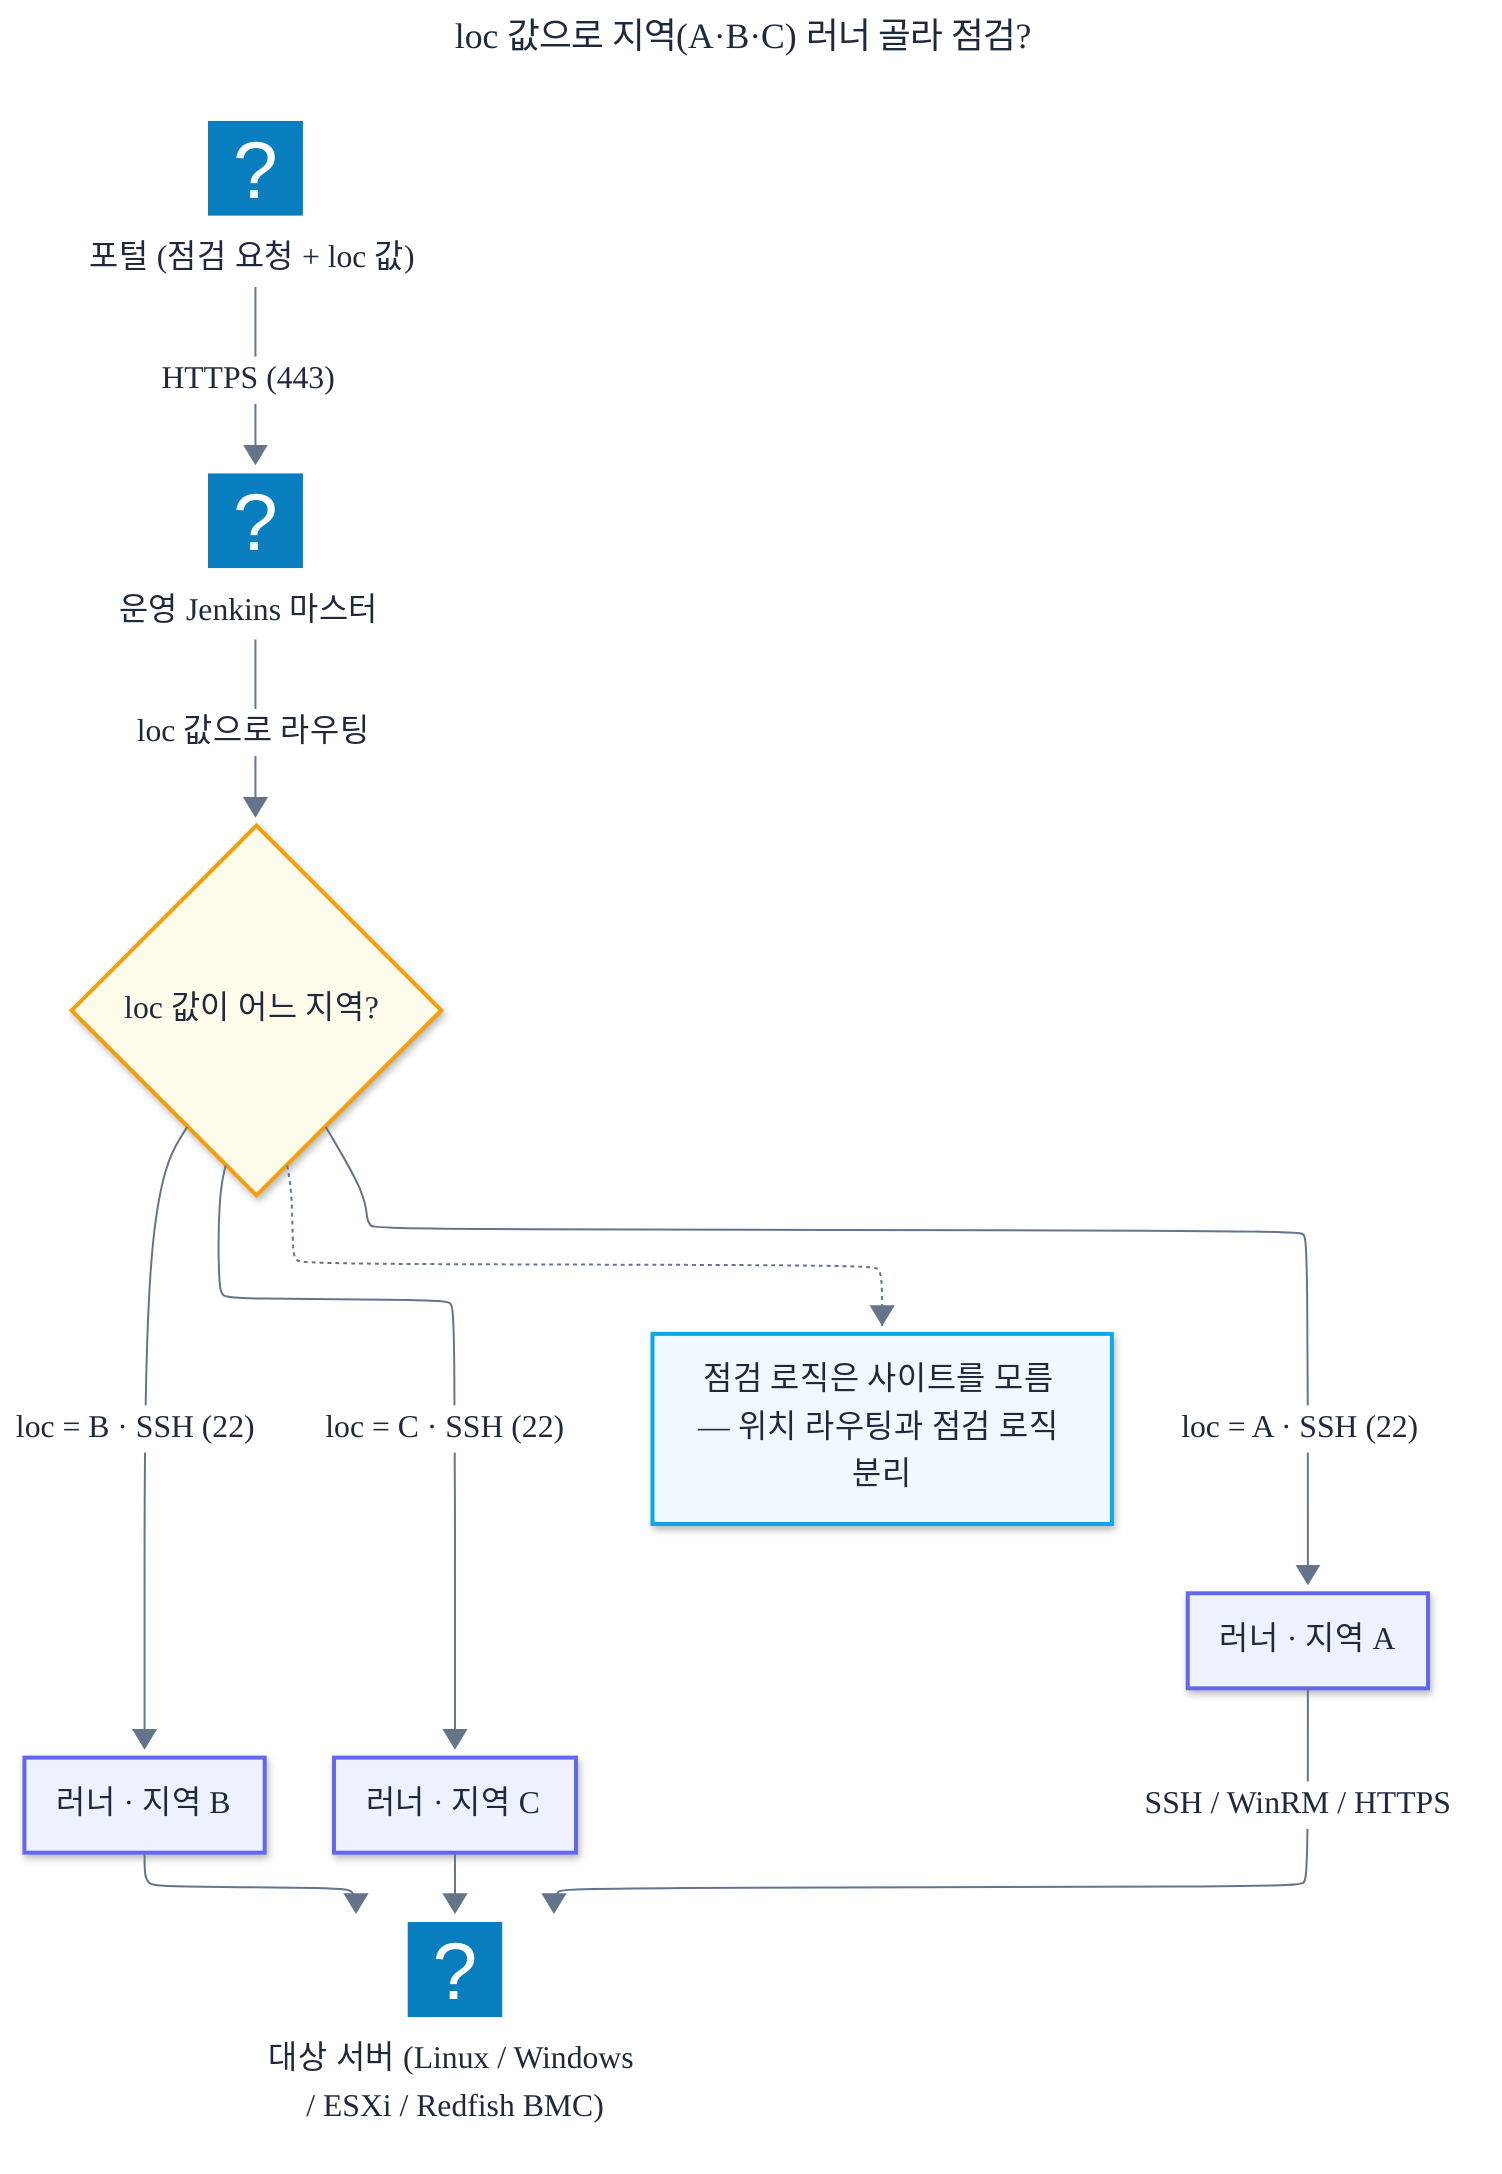
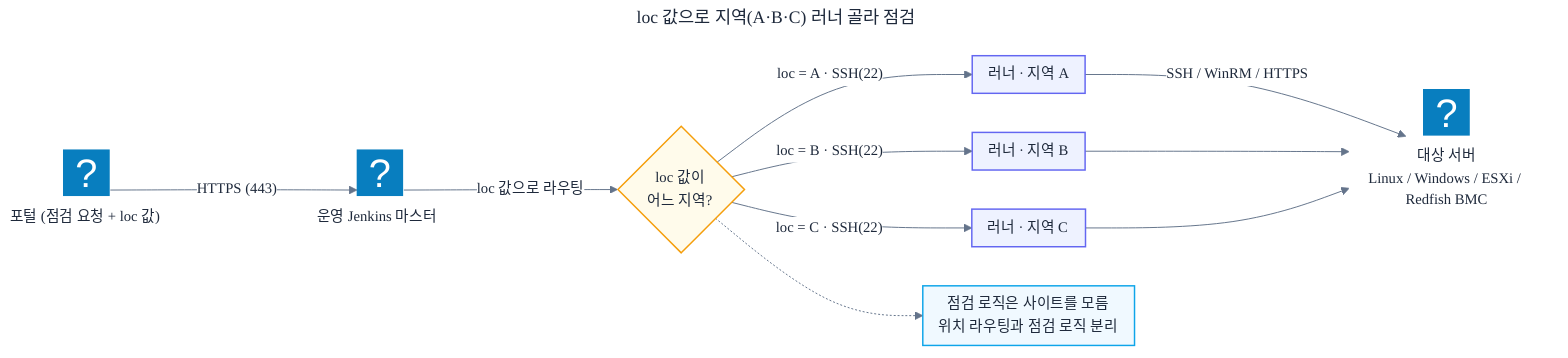
---
- title: loc 값으로 지역(A·B·C) 러너 골라 점검?
+ title: loc 값으로 지역(A·B·C) 러너 골라 점검
config:
-   layout: elk
-   look: neo
  theme: base
  themeVariables:
    fontFamily: 'Malgun Gothic, Pretendard, Noto Sans KR, sans-serif'
-     fontSize: '16px'
+     fontSize: '15px'
    primaryColor: '#EEF2FF'
    primaryTextColor: '#1E293B'
    primaryBorderColor: '#6366F1'
    lineColor: '#64748B'
    edgeLabelBackground: '#FFFFFF'
+     clusterBkg: '#F8FAFC'
+     clusterBorder: '#CBD5E1'
+   flowchart:
+     nodeSpacing: 40
+     rankSpacing: 65
+     padding: 8
---
- flowchart TD
+ flowchart LR
    PORTAL@{ icon: "fa6-solid:window-maximize", label: "포털 (점검 요청 + loc 값)" }
    MASTER@{ icon: "logos:jenkins", label: "운영 Jenkins 마스터" }
-     ROUTE{"loc 값이 어느 지역?"}:::gate
+     ROUTE{"loc 값이<br/>어느 지역?"}:::gate
    RA["러너 · 지역 A"]:::act
    RB["러너 · 지역 B"]:::act
    RC["러너 · 지역 C"]:::act
-     TARGET@{ icon: "fa6-solid:server", label: "대상 서버 (Linux / Windows / ESXi / Redfish BMC)" }
-     NOTE["점검 로직은 사이트를 모름 — 위치 라우팅과 점검 로직 분리"]:::ext
+     TARGET@{ icon: "fa6-solid:server", label: "대상 서버<br/>Linux / Windows / ESXi / Redfish BMC" }
+     NOTE["점검 로직은 사이트를 모름<br/>위치 라우팅과 점검 로직 분리"]:::ext

    PORTAL -->|"HTTPS (443)"| MASTER
    MASTER -->|"loc 값으로 라우팅"| ROUTE
-     ROUTE -->|"loc = A · SSH (22)"| RA
-     ROUTE -->|"loc = B · SSH (22)"| RB
-     ROUTE -->|"loc = C · SSH (22)"| RC
+     ROUTE -->|"loc = A · SSH(22)"| RA
+     ROUTE -->|"loc = B · SSH(22)"| RB
+     ROUTE -->|"loc = C · SSH(22)"| RC
    RA -->|"SSH / WinRM / HTTPS"| TARGET
    RB --> TARGET
    RC --> TARGET
    ROUTE -.-> NOTE

-     classDef start fill:#F1F5F9,stroke:#94A3B8,color:#1E293B,stroke-width:2px
-     classDef act   fill:#EEF2FF,stroke:#6366F1,color:#1E293B,stroke-width:2px
-     classDef ok    fill:#ECFDF5,stroke:#10B981,color:#1E293B,stroke-width:2px
-     classDef gate  fill:#FFFBEB,stroke:#F59E0B,color:#1E293B,stroke-width:2px
-     classDef stop  fill:#FFF1F2,stroke:#F43F5E,color:#1E293B,stroke-width:2px
-     classDef ext   fill:#F0F9FF,stroke:#0EA5E9,color:#1E293B,stroke-width:2px
+     classDef act   fill:#EEF2FF,stroke:#6366F1,color:#1E293B,stroke-width:1.5px
+     classDef gate  fill:#FFFBEB,stroke:#F59E0B,color:#1E293B,stroke-width:1.5px
+     classDef ext   fill:#F0F9FF,stroke:#0EA5E9,color:#1E293B,stroke-width:1.5px
